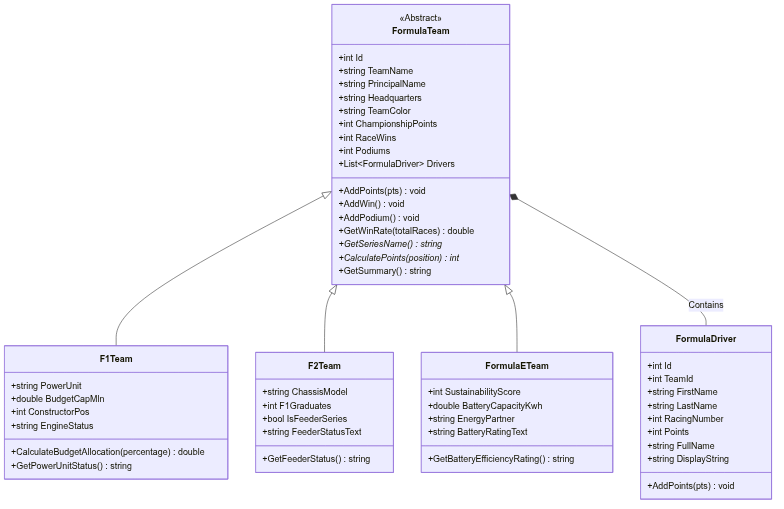
smileyfaceskobochka/CompSci keeps this Mermaid diagram as labs/OOP/lab2/pics/uml-1.png. Above is the earlier version. Its source is kept beside it as labs/OOP/lab2/pics/uml-1.mmd. Its diagram source:
```mermaid
classDiagram
    direction TB

    class FormulaDriver {
        +int Id
        +int TeamId
        +string FirstName
        +string LastName
        +int RacingNumber
        +int Points
        +string FullName
        +string DisplayString
        +AddPoints(pts) void
    }

    class FormulaTeam {
        <<Abstract>>
        +int Id
        +string TeamName
        +string PrincipalName
        +string Headquarters
        +string TeamColor
        +int ChampionshipPoints
        +int RaceWins
        +int Podiums
        +List~FormulaDriver~ Drivers
        +AddPoints(pts) void
        +AddWin() void
        +AddPodium() void
        +GetWinRate(totalRaces) double
        +GetSeriesName() string*
        +CalculatePoints(position) int*
        +GetSummary() string
    }

    class F1Team {
        +string PowerUnit
        +double BudgetCapMln
        +int ConstructorPos
        +string EngineStatus
        +CalculateBudgetAllocation(percentage) double
        +GetPowerUnitStatus() string
    }

    class F2Team {
        +string ChassisModel
        +int F1Graduates
        +bool IsFeederSeries
        +string FeederStatusText
        +GetFeederStatus() string
    }

    class FormulaETeam {
        +int SustainabilityScore
        +double BatteryCapacityKwh
        +string EnergyPartner
        +string BatteryRatingText
        +GetBatteryEfficiencyRating() string
    }

    FormulaTeam <|-- F1Team
    FormulaTeam <|-- F2Team
    FormulaTeam <|-- FormulaETeam
    FormulaTeam *-- FormulaDriver : Contains
```
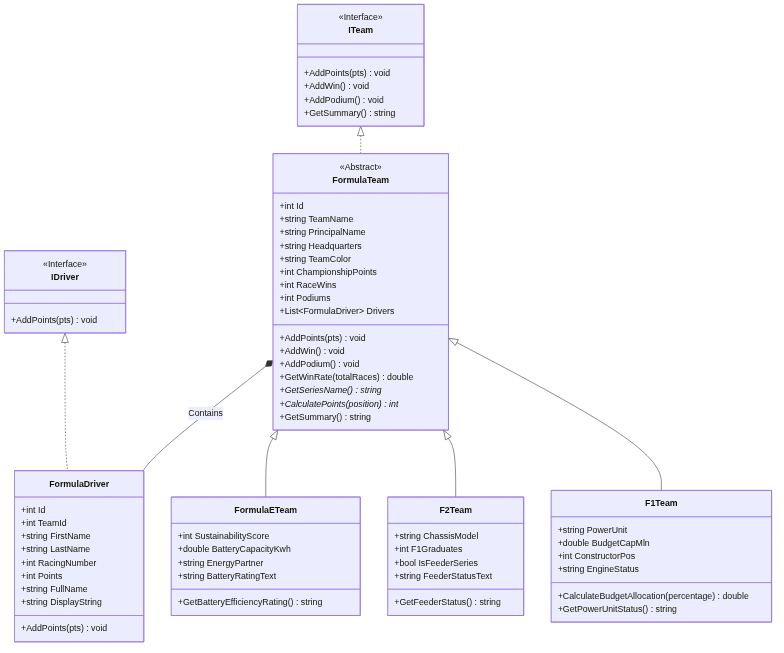
The same file after the commit.

What changed in the source:
```diff
@@ -1,5 +1,18 @@
 classDiagram
     direction TB
+
+    class IDriver {
+        <<Interface>>
+        +AddPoints(pts) void
+    }
+
+    class ITeam {
+        <<Interface>>
+        +AddPoints(pts) void
+        +AddWin() void
+        +AddPodium() void
+        +GetSummary() string
+    }
 
     class FormulaDriver {
         +int Id
@@ -58,6 +71,9 @@
         +GetBatteryEfficiencyRating() string
     }
 
+    IDriver <|.. FormulaDriver
+    ITeam <|.. FormulaTeam
+
     FormulaTeam <|-- F1Team
     FormulaTeam <|-- F2Team
     FormulaTeam <|-- FormulaETeam
```
